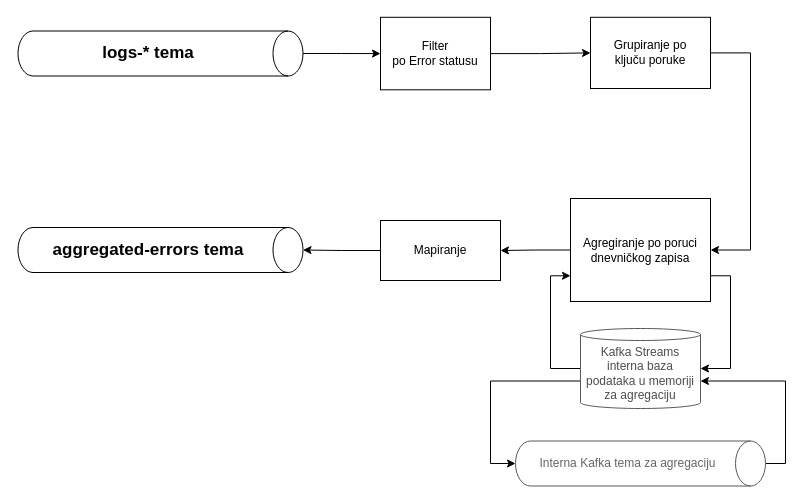
The draw.io diagram docs/diagrams/KStream.drawio in MCubek/LogAnalysisForDistributedSystemsThesis, before the edit. Source tidied: cells renumbered, new cells numbered last; positions are measured from the earlier drawing's top-left corner, leaving out a move shared by most shapes. Both pictures are drawn from the tidied source at 100%, with x=0, y=0 at pixel (138, -90).
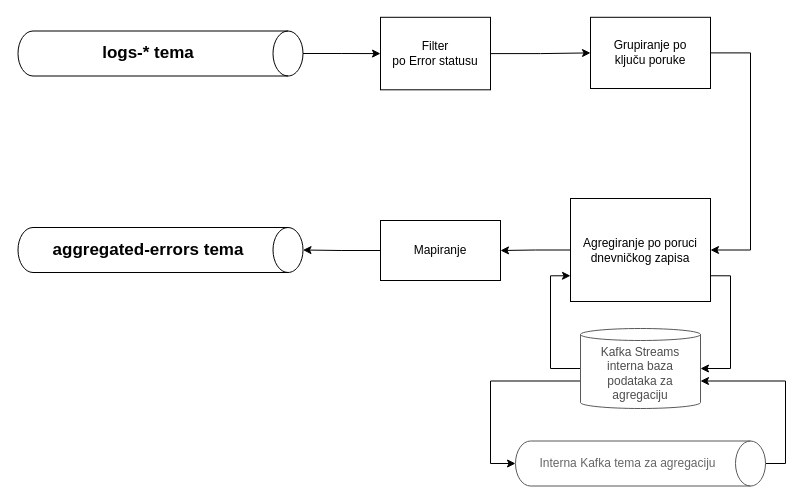
The same diagram, later.

Change to the diagram source:
```diff
@@
-    <mxCell id="15" value="&lt;font color=&quot;#4d4d4d&quot;&gt;Kafka Streams interna baza podataka u memoriji za agregaciju&lt;/font&gt;" style="shape=cylinder3;whiteSpace=wrap;html=1;boundedLbl=1;backgroundOutline=1;size=6;strokeColor=#595959;" parent="1" vertex="1">
+    <mxCell id="15" value="&lt;font color=&quot;#4d4d4d&quot;&gt;Kafka Streams interna baza podataka za agregaciju&lt;/font&gt;" style="shape=cylinder3;whiteSpace=wrap;html=1;boundedLbl=1;backgroundOutline=1;size=6;strokeColor=#595959;" parent="1" vertex="1">
       <mxGeometry x="442" y="418" width="120" height="80" as="geometry" />
     </mxCell>
```
